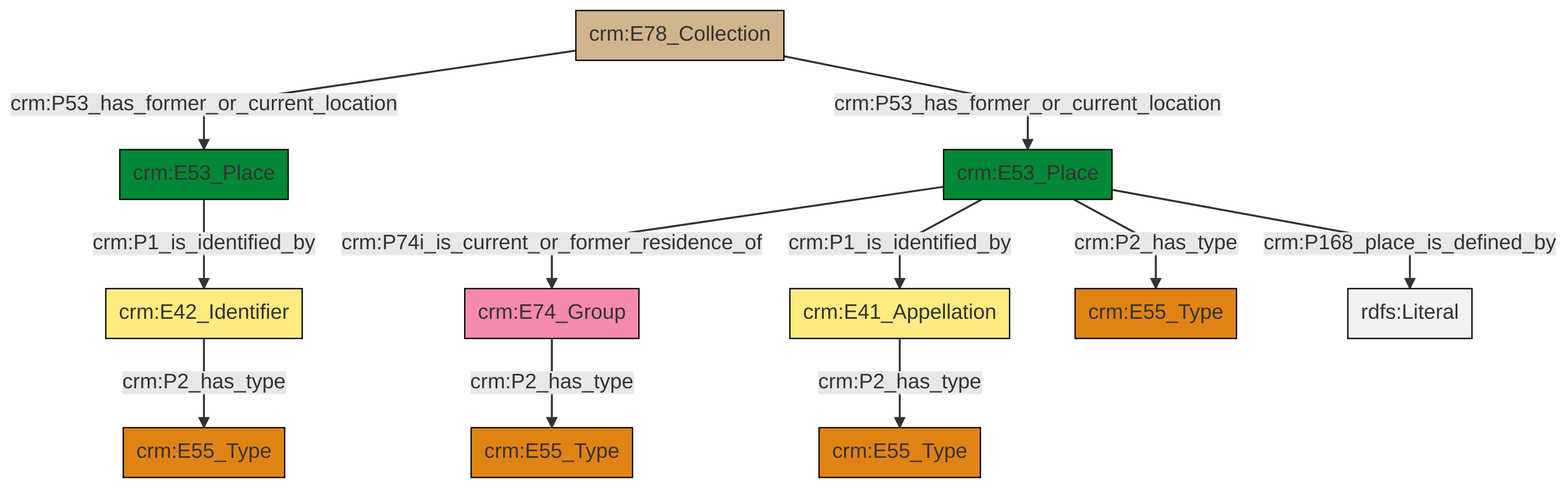
Earlier version of the Mermaid export et/archivalCSV/ttl/mmd/png/archival_location.png (swiss-art-research-net/docs.swissartresearch). Its source is kept beside it as et/archivalCSV/ttl/mmd/archival_location.ttl.mmd.
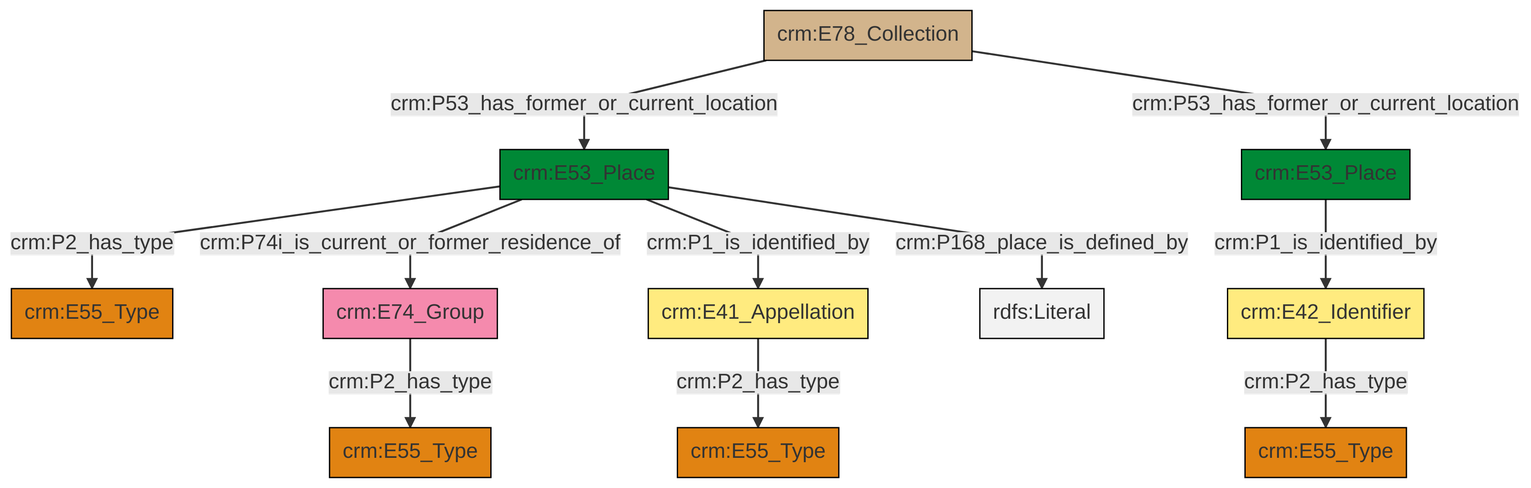
Above is the later version.

The edit, as a diff of the source:
```diff
@@ -13,13 +13,13 @@
 classDef PC_Classes fill:#4ce600, stroke:#000000;
 classDef Multi fill:#cccccc,stroke:#000000;
 
-4["crm:E53_Place"]:::Place -->|crm:P1_is_identified_by| 5["crm:E42_Identifier"]:::Appellation
-2["crm:E78_Collection"]:::Physical_Thing -->|crm:P53_has_former_or_current_location| 4["crm:E53_Place"]:::Place
-9["crm:E74_Group"]:::Actor -->|crm:P2_has_type| 10["crm:E55_Type"]:::Type
-6["crm:E41_Appellation"]:::Appellation -->|crm:P2_has_type| 0["crm:E55_Type"]:::Type
-11["crm:E53_Place"]:::Place -->|crm:P2_has_type| 12["crm:E55_Type"]:::Type
-11["crm:E53_Place"]:::Place -->|crm:P74i_is_current_or_former_residence_of| 9["crm:E74_Group"]:::Actor
-2["crm:E78_Collection"]:::Physical_Thing -->|crm:P53_has_former_or_current_location| 11["crm:E53_Place"]:::Place
-5["crm:E42_Identifier"]:::Appellation -->|crm:P2_has_type| 14["crm:E55_Type"]:::Type
-11["crm:E53_Place"]:::Place -->|crm:P1_is_identified_by| 6["crm:E41_Appellation"]:::Appellation
-11["crm:E53_Place"]:::Place -->|crm:P168_place_is_defined_by| 23[rdfs:Literal]:::Literal
+0["crm:E53_Place"]:::Place -->|crm:P2_has_type| 1["crm:E55_Type"]:::Type
+7["crm:E42_Identifier"]:::Appellation -->|crm:P2_has_type| 5["crm:E55_Type"]:::Type
+9["crm:E41_Appellation"]:::Appellation -->|crm:P2_has_type| 2["crm:E55_Type"]:::Type
+11["crm:E74_Group"]:::Actor -->|crm:P2_has_type| 12["crm:E55_Type"]:::Type
+0["crm:E53_Place"]:::Place -->|crm:P74i_is_current_or_former_residence_of| 11["crm:E74_Group"]:::Actor
+16["crm:E78_Collection"]:::Physical_Thing -->|crm:P53_has_former_or_current_location| 0["crm:E53_Place"]:::Place
+16["crm:E78_Collection"]:::Physical_Thing -->|crm:P53_has_former_or_current_location| 20["crm:E53_Place"]:::Place
+20["crm:E53_Place"]:::Place -->|crm:P1_is_identified_by| 7["crm:E42_Identifier"]:::Appellation
+0["crm:E53_Place"]:::Place -->|crm:P1_is_identified_by| 9["crm:E41_Appellation"]:::Appellation
+0["crm:E53_Place"]:::Place -->|crm:P168_place_is_defined_by| 24[rdfs:Literal]:::Literal
```
